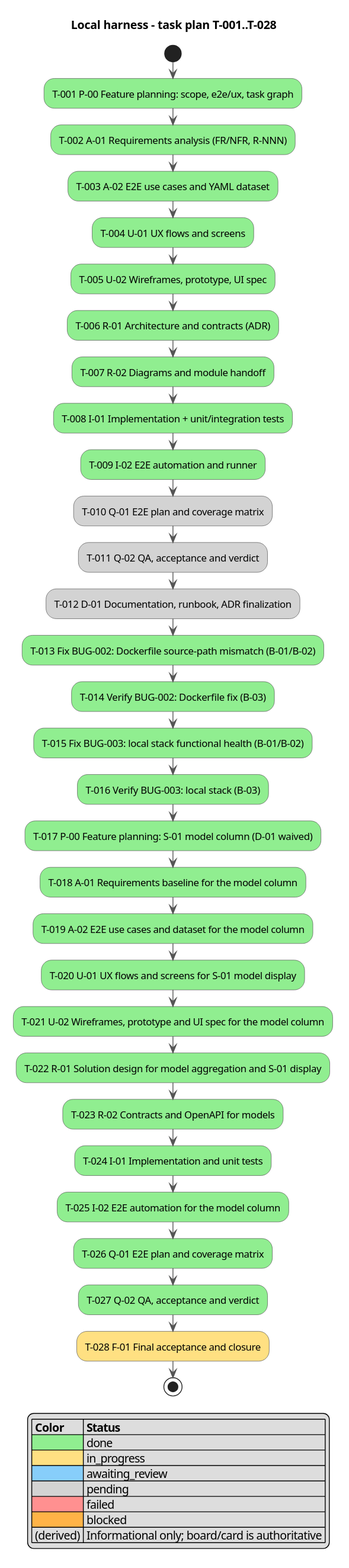
The PlantUML diagram docs/activity.svg in serge-sasov/ai-task-tracker, before a commit. Source of this version:
```plantuml
@startuml
skinparam defaultFontName Segoe UI
skinparam ActivityBackgroundColor #FFFFFF
skinparam ActivityBorderColor #555555
skinparam ArrowColor #555555
title Local harness - task plan T-001..T-028

start
:T-001 P-00 Feature planning: scope, e2e/ux, task graph; <<#90EE90>>
:T-002 A-01 Requirements analysis (FR/NFR, R-NNN); <<#90EE90>>
:T-003 A-02 E2E use cases and YAML dataset; <<#90EE90>>
:T-004 U-01 UX flows and screens; <<#90EE90>>
:T-005 U-02 Wireframes, prototype, UI spec; <<#90EE90>>
:T-006 R-01 Architecture and contracts (ADR); <<#90EE90>>
:T-007 R-02 Diagrams and module handoff; <<#90EE90>>
:T-008 I-01 Implementation + unit/integration tests; <<#90EE90>>
:T-009 I-02 E2E automation and runner; <<#90EE90>>
:T-010 Q-01 E2E plan and coverage matrix; <<#D3D3D3>>
:T-011 Q-02 QA, acceptance and verdict; <<#D3D3D3>>
:T-012 D-01 Documentation, runbook, ADR finalization; <<#D3D3D3>>
:T-013 Fix BUG-002: Dockerfile source-path mismatch (B-01/B-02); <<#90EE90>>
:T-014 Verify BUG-002: Dockerfile fix (B-03); <<#90EE90>>
:T-015 Fix BUG-003: local stack functional health (B-01/B-02); <<#90EE90>>
:T-016 Verify BUG-003: local stack (B-03); <<#90EE90>>
:T-017 P-00 Feature planning: S-01 model column (D-01 waived); <<#90EE90>>
:T-018 A-01 Requirements baseline for the model column; <<#90EE90>>
:T-019 A-02 E2E use cases and dataset for the model column; <<#90EE90>>
:T-020 U-01 UX flows and screens for S-01 model display; <<#90EE90>>
:T-021 U-02 Wireframes, prototype and UI spec for the model column; <<#90EE90>>
:T-022 R-01 Solution design for model aggregation and S-01 display; <<#90EE90>>
:T-023 R-02 Contracts and OpenAPI for models; <<#90EE90>>
:T-024 I-01 Implementation and unit tests; <<#90EE90>>
:T-025 I-02 E2E automation for the model column; <<#90EE90>>
:T-026 Q-01 E2E plan and coverage matrix; <<#90EE90>>
:T-027 Q-02 QA, acceptance and verdict; <<#90EE90>>
:T-028 F-01 Final acceptance and closure; <<#FFE082>>
stop

legend right
|= Color |= Status |
|<#90EE90>| done |
|<#FFE082>| in_progress |
|<#87CEFA>| awaiting_review |
|<#D3D3D3>| pending |
|<#FF9090>| failed |
|<#FFB347>| blocked |
| (derived) | Informational only; board/card is authoritative |
endlegend
@enduml
```
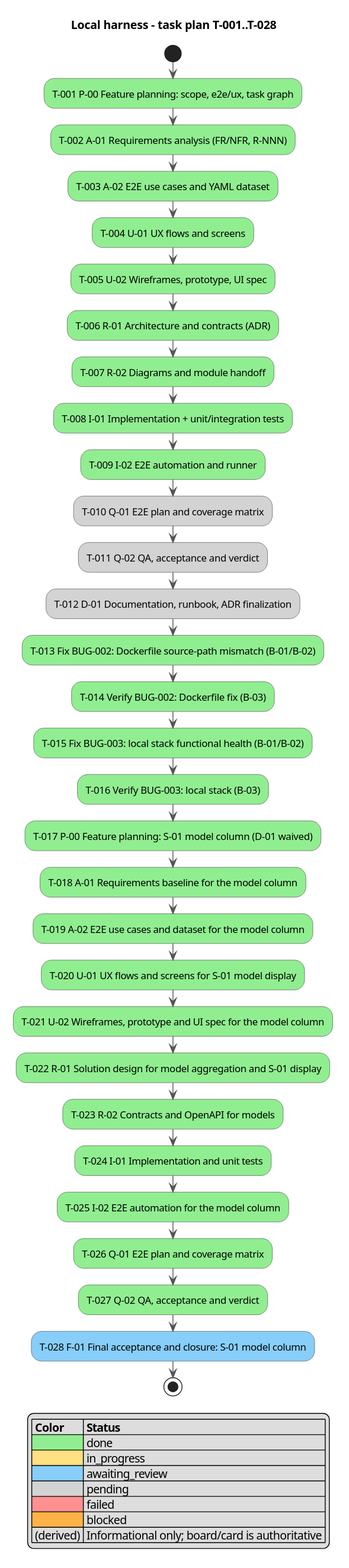
After the commit.

Change to the diagram source:
```diff
@@ -33,7 +33,7 @@
 :T-025 I-02 E2E automation for the model column; <<#90EE90>>
 :T-026 Q-01 E2E plan and coverage matrix; <<#90EE90>>
 :T-027 Q-02 QA, acceptance and verdict; <<#90EE90>>
-:T-028 F-01 Final acceptance and closure; <<#FFE082>>
+:T-028 F-01 Final acceptance and closure: S-01 model column; <<#87CEFA>>
 stop
 
 legend right
```
